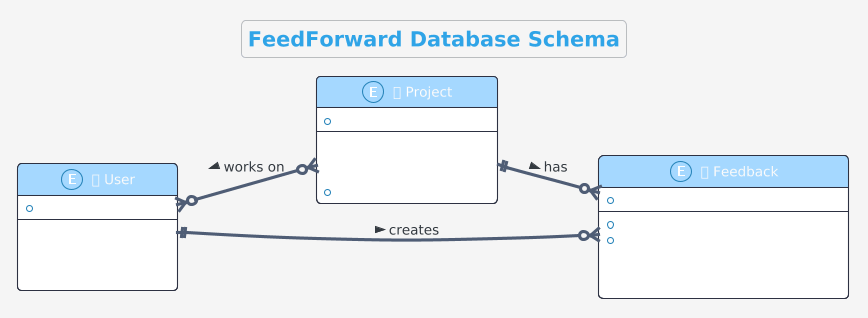
Before: 2026-winter/images/feedforward-erd.png, a diagram exported from PlantUML (codersforcauses/workshops).
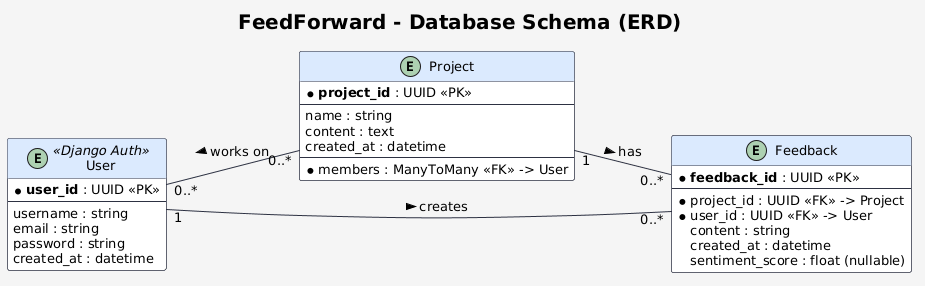
After the change.

Diff of the diagram source:
```diff
@@ -1,18 +1,27 @@
 @startuml
-!theme cerulean
 skinparam backgroundColor #f5f5f5
 skinparam defaultFontName Helvetica
 skinparam defaultFontSize 13
+skinparam defaultFontColor black
 skinparam ClassBorderColor #2d3142
 skinparam ClassBackgroundColor #ffffff
-skinparam ClassHeaderBackgroundColor #a5d8ff
-skinparam ArrowColor #4f5d75
+skinparam ClassFontColor black
+skinparam ClassAttributeFontColor black
+skinparam ClassAttributeFontSize 13
+skinparam ClassHeaderBackgroundColor #dbeafe
+skinparam ClassStereotypeFontColor black
+skinparam ArrowColor #2d3142
+skinparam ArrowFontColor black
+skinparam ArrowFontSize 13
+skinparam TitleFontSize 20
+skinparam TitleFontColor black
+skinparam CircledCharacterFontColor black
 
 left to right direction
-title <size:20>FeedForward Database Schema</size>
+title FeedForward - Database Schema (ERD)
 
-entity "👤 User" as User {
-  * user_id : UUID <<PK>>
+entity "User" as User <<Django Auth>> {
+  * **user_id** : UUID <<PK>>
   --
   username : string
   email : string
@@ -20,26 +29,27 @@
   created_at : datetime
 }
 
-entity "📁 Project" as Project {
-  * project_id : UUID <<PK>>
+entity "Project" as Project {
+  * **project_id** : UUID <<PK>>
   --
   name : string
   content : text
   created_at : datetime
-  * members : FK → User[]
+  --
+  * members : ManyToMany <<FK>> -> User
 }
 
-entity "💬 Feedback" as Feedback {
-  * feedback_id : UUID <<PK>>
+entity "Feedback" as Feedback {
+  * **feedback_id** : UUID <<PK>>
   --
-  * project_id : FK → Project
-  * user_id : FK → User
+  * project_id : UUID <<FK>> -> Project
+  * user_id : UUID <<FK>> -> User
   content : string
   created_at : datetime
   sentiment_score : float (nullable)
 }
 
-User ||--o{ Feedback : "creates >"
-Project ||--o{ Feedback : "has >"
-User }o--o{ Project : "< works on"
+User "1" -- "0..*" Feedback : "creates >"
+Project "1" -- "0..*" Feedback : "has >"
+User "0..*" -- "0..*" Project : "< works on"
 @enduml
```
